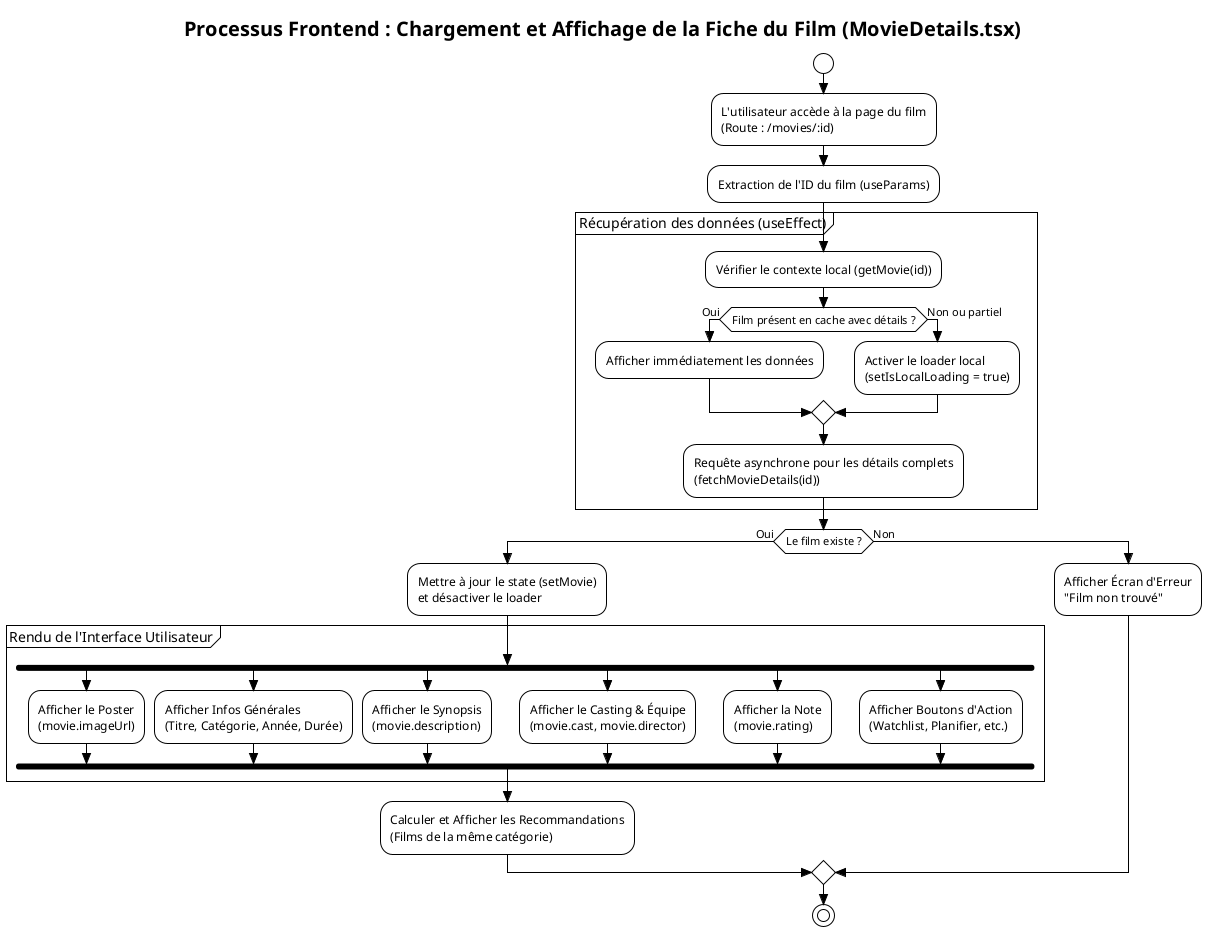
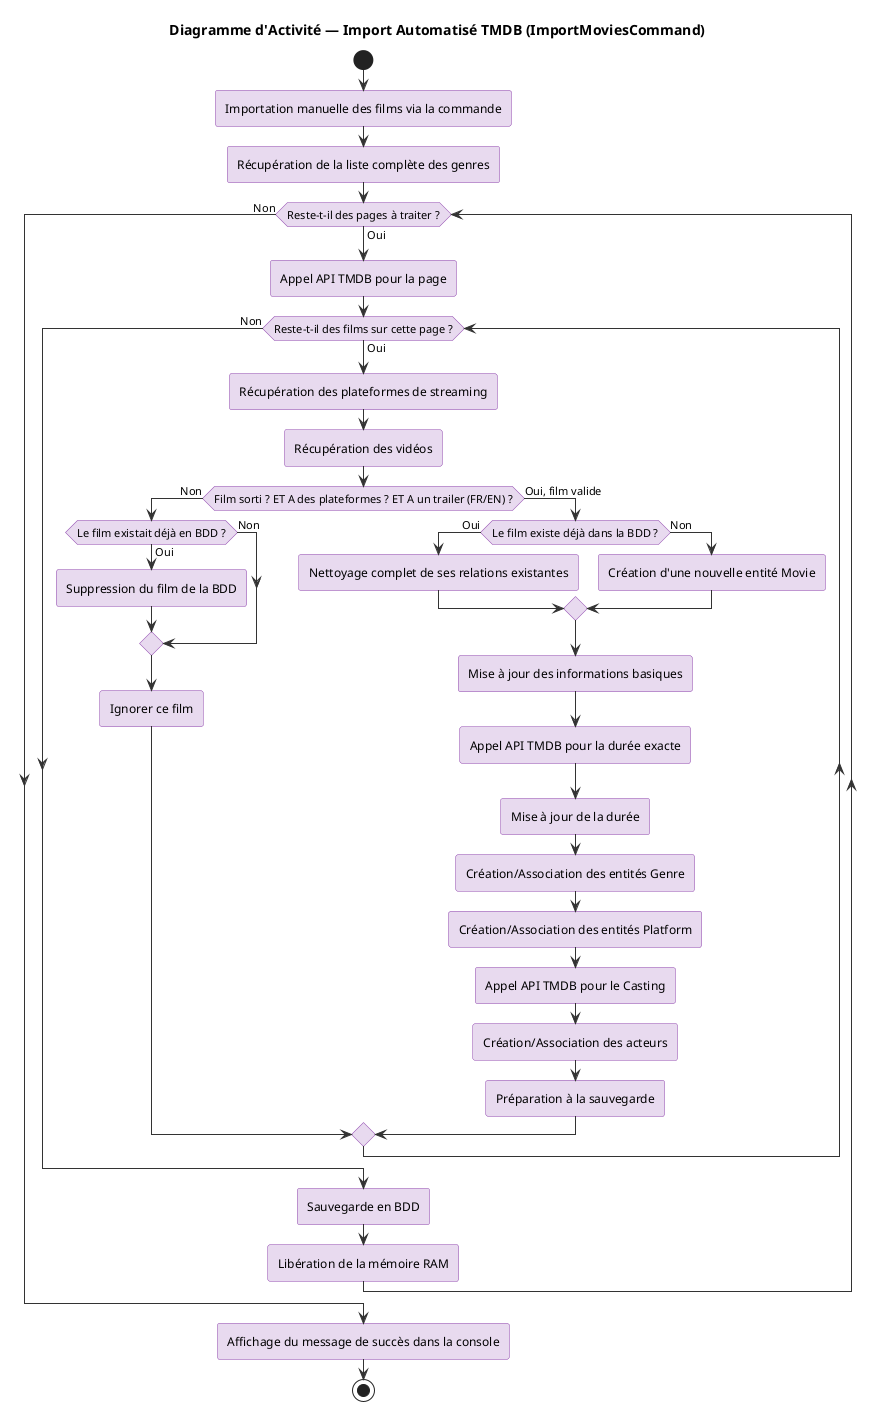
- @startuml
- !theme plain
- skinparam style strictuml
- skinparam TitleFontSize 20
+ @startuml act
+ title Diagramme d'Activité — Import Automatisé TMDB (ImportMoviesCommand)

- title Processus Frontend : Chargement et Affichage de la Fiche du Film (MovieDetails.tsx)
+ skinparam shadowing false
+ skinparam RoundCorner 5
+ skinparam ArrowColor #333333
+ skinparam ActivityBackgroundColor #E8DAEF
+ skinparam ActivityBorderColor #8E44AD

start
+ :Importation manuelle des films via la commande;
+ :Récupération de la liste complète des genres;

- :L'utilisateur accède à la page du film\n(Route : /movies/:id);
- :Extraction de l'ID du film (useParams);
+ while (Reste-t-il des pages à traiter ?) is (Oui)
+     :Appel API TMDB pour la page;

- partition "Récupération des données (useEffect)" {
-   :Vérifier le contexte local (getMovie(id));
+     while (Reste-t-il des films sur cette page ?) is (Oui)
+         :Récupération des plateformes de streaming;
+         :Récupération des vidéos;

-   if (Film présent en cache avec détails ?) then (Oui)
-     :Afficher immédiatement les données;
-   else (Non ou partiel)
-     :Activer le loader local\n(setIsLocalLoading = true);
-   endif
+         if (Film sorti ? ET A des plateformes ? ET A un trailer (FR/EN) ?) then (Non)
+             if (Le film existait déjà en BDD ?) then (Oui)
+                 :Suppression du film de la BDD;
+             else (Non)
+             endif
+             :Ignorer ce film;

-   :Requête asynchrone pour les détails complets\n(fetchMovieDetails(id));
- }
+         else (Oui, film valide)
+             if (Le film existe déjà dans la BDD ?) then (Oui)
+                 :Nettoyage complet de ses relations existantes;
+             else (Non)
+                 :Création d'une nouvelle entité Movie;
+             endif

- if (Le film existe ?) then (Oui)
-   :Mettre à jour le state (setMovie)\net désactiver le loader;
+             :Mise à jour des informations basiques;

-   partition "Rendu de l'Interface Utilisateur" {
-     fork
-       :Afficher le Poster\n(movie.imageUrl);
-     fork again
-       :Afficher Infos Générales\n(Titre, Catégorie, Année, Durée);
-     fork again
-       :Afficher le Synopsis\n(movie.description);
-     fork again
-       :Afficher le Casting & Équipe\n(movie.cast, movie.director);
-     fork again
-       :Afficher la Note\n(movie.rating);
-     fork again
-       :Afficher Boutons d'Action\n(Watchlist, Planifier, etc.);
-     end fork
-   }
+             :Appel API TMDB pour la durée exacte;
+             :Mise à jour de la durée;

-   :Calculer et Afficher les Recommandations\n(Films de la même catégorie);
+             :Création/Association des entités Genre;
+             :Création/Association des entités Platform;

- else (Non)
-   :Afficher Écran d'Erreur\n"Film non trouvé";
- endif
+             :Appel API TMDB pour le Casting;
+             :Création/Association des acteurs;

+             :Préparation à la sauvegarde;
+         endif
+     endwhile (Non)
+ 
+     :Sauvegarde en BDD;
+     :Libération de la mémoire RAM;
+ endwhile (Non)
+ 
+ :Affichage du message de succès dans la console;
stop
+ 
@enduml
